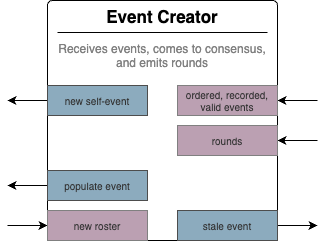
The draw.io diagram platform-sdk/docs/proposals/consensus-layer/event-creator-module.png in hashgraph/hedera-services, before a commit. Source tidied: cells renumbered, new cells last; positions are measured from the earlier drawing's top-left corner, leaving out a move shared by most shapes.
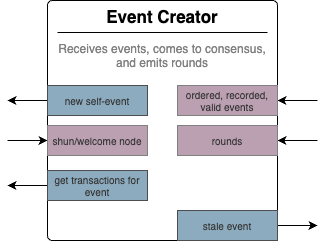
After the commit.

Commit message:
Update images, add restriction on event birth rounds

What changed in the source:
```diff
@@ -5,59 +5,59 @@
     <mxCell id="2" value="&lt;font style=&quot;font-size: 17px;&quot;&gt;&lt;b&gt;Event Creator&lt;/b&gt;&lt;br&gt;&lt;/font&gt;&lt;font color=&quot;#808080&quot;&gt;&lt;br&gt;Receives events, comes to consensus, and emits rounds&lt;/font&gt;" style="rounded=1;whiteSpace=wrap;html=1;arcSize=2;verticalAlign=top;" parent="1" vertex="1">
       <mxGeometry x="40" width="230" height="240" as="geometry" />
     </mxCell>
-    <mxCell id="3" style="endArrow=none;html=1;rounded=0;entryX=0.957;entryY=0.231;entryDx=0;entryDy=0;entryPerimeter=0;" parent="1" edge="1">
-      <mxGeometry relative="1" as="geometry">
-        <mxPoint x="50" y="32" as="sourcePoint" />
-        <mxPoint x="260.1" y="32" as="targetPoint" />
-      </mxGeometry>
-    </mxCell>
-    <mxCell id="4" style="edgeStyle=orthogonalEdgeStyle;rounded=0;jettySize=auto;html=1;exitX=0;exitY=0.5;exitDx=0;exitDy=0;" parent="1" edge="1" source="5">
-      <mxGeometry relative="1" as="geometry">
-        <mxPoint y="100" as="targetPoint" />
-      </mxGeometry>
-    </mxCell>
+    <mxCell id="16" style="endArrow=none;html=1;rounded=0;entryX=0.957;entryY=0.231;entryDx=0;entryDy=0;entryPerimeter=0;" parent="1" edge="1">
+      <mxGeometry relative="1" as="geometry">
+        <mxPoint x="50" y="32" as="sourcePoint" />
+        <mxPoint x="260.1" y="32" as="targetPoint" />
+      </mxGeometry>
+    </mxCell>
+    <mxCell id="17" style="edgeStyle=orthogonalEdgeStyle;rounded=0;jettySize=auto;html=1;" parent="1" edge="1" source="5">
+      <mxGeometry relative="1" as="geometry">
+        <mxPoint y="100" as="targetPoint" />
+      </mxGeometry>
+    </mxCell>
     <mxCell id="5" value="new self-event" style="rounded=0;whiteSpace=wrap;html=1;fontSize=10;fontColor=#333333;strokeColor=#4D4D4D;shadow=0;glass=0;align=center;verticalAlign=middle;fontFamily=Helvetica;fillColor=#8CABBE;" parent="1" vertex="1">
       <mxGeometry x="40" y="85" width="100" height="30" as="geometry" />
     </mxCell>
-    <mxCell id="6" style="edgeStyle=orthogonalEdgeStyle;rounded=0;jettySize=auto;html=1;exitX=0;exitY=0.5;exitDx=0;exitDy=0;" parent="1" edge="1" source="7">
-      <mxGeometry relative="1" as="geometry">
-        <mxPoint y="185" as="targetPoint" />
-      </mxGeometry>
-    </mxCell>
-    <mxCell id="7" value="populate event" style="rounded=0;whiteSpace=wrap;html=1;fontSize=10;fontColor=#333333;strokeColor=#4D4D4D;fillColor=#8CABBE;" parent="1" vertex="1">
-      <mxGeometry x="40" y="170" width="100" height="30" as="geometry" />
-    </mxCell>
-    <mxCell id="8" style="edgeStyle=orthogonalEdgeStyle;rounded=0;jettySize=auto;html=1;startArrow=classic;startFill=1;endArrow=none;endFill=0;" parent="1" edge="1" source="9">
-      <mxGeometry relative="1" as="geometry">
-        <mxPoint x="310" y="100" as="targetPoint" />
-      </mxGeometry>
-    </mxCell>
+    <mxCell id="18" style="edgeStyle=orthogonalEdgeStyle;rounded=0;jettySize=auto;html=1;" parent="1" edge="1" source="19">
+      <mxGeometry relative="1" as="geometry">
+        <mxPoint y="185" as="targetPoint" />
+      </mxGeometry>
+    </mxCell>
+    <mxCell id="19" value="get transactions for event" style="rounded=0;whiteSpace=wrap;html=1;fontSize=10;fontColor=#333333;strokeColor=#4D4D4D;fillColor=#8CABBE;" parent="1" vertex="1">
+      <mxGeometry x="40" y="170" width="100" height="30" as="geometry" />
+    </mxCell>
+    <mxCell id="20" style="edgeStyle=orthogonalEdgeStyle;rounded=0;jettySize=auto;html=1;startArrow=classic;startFill=1;endArrow=none;endFill=0;" parent="1" edge="1" source="9">
+      <mxGeometry relative="1" as="geometry">
+        <mxPoint x="310" y="100" as="targetPoint" />
+      </mxGeometry>
+    </mxCell>
     <mxCell id="9" value="ordered, recorded, valid events" style="rounded=0;whiteSpace=wrap;html=1;fontSize=10;fontColor=#333333;strokeColor=#808080;shadow=0;glass=0;align=center;verticalAlign=middle;fontFamily=Helvetica;fillColor=#BBA0B2;" parent="1" vertex="1">
       <mxGeometry x="170" y="85" width="100" height="30" as="geometry" />
     </mxCell>
-    <mxCell id="10" style="edgeStyle=orthogonalEdgeStyle;rounded=0;jettySize=auto;html=1;exitX=1;exitY=0.5;exitDx=0;exitDy=0;startArrow=classic;startFill=1;endArrow=none;endFill=0;" parent="1" edge="1" source="11">
-      <mxGeometry relative="1" as="geometry">
-        <mxPoint x="310" y="140" as="targetPoint" />
-      </mxGeometry>
-    </mxCell>
+    <mxCell id="21" style="edgeStyle=orthogonalEdgeStyle;rounded=0;jettySize=auto;html=1;startArrow=classic;startFill=1;endArrow=none;endFill=0;" parent="1" edge="1" source="11">
+      <mxGeometry relative="1" as="geometry">
+        <mxPoint x="310" y="140" as="targetPoint" />
+      </mxGeometry>
+    </mxCell>
     <mxCell id="11" value="rounds" style="rounded=0;whiteSpace=wrap;html=1;fontSize=10;fontColor=#333333;strokeColor=#808080;shadow=0;glass=0;align=center;verticalAlign=middle;fontFamily=Helvetica;fillColor=#BBA0B2;" parent="1" vertex="1">
       <mxGeometry x="170" y="125" width="100" height="30" as="geometry" />
     </mxCell>
-    <mxCell id="12" style="edgeStyle=orthogonalEdgeStyle;rounded=0;jettySize=auto;html=1;" parent="1" edge="1" source="13">
-      <mxGeometry relative="1" as="geometry">
-        <mxPoint x="310" y="225" as="targetPoint" />
-      </mxGeometry>
-    </mxCell>
+    <mxCell id="22" style="edgeStyle=orthogonalEdgeStyle;rounded=0;jettySize=auto;html=1;" parent="1" edge="1" source="13">
+      <mxGeometry relative="1" as="geometry">
+        <mxPoint x="310" y="225" as="targetPoint" />
+      </mxGeometry>
+    </mxCell>
     <mxCell id="13" value="stale event" style="rounded=0;whiteSpace=wrap;html=1;fontSize=10;fontColor=#333333;strokeColor=#4D4D4D;fillColor=#8CABBE;" parent="1" vertex="1">
       <mxGeometry x="170" y="210" width="100" height="30" as="geometry" />
     </mxCell>
-    <mxCell id="14" style="edgeStyle=orthogonalEdgeStyle;rounded=0;jettySize=auto;html=1;startArrow=classic;startFill=1;endArrow=none;endFill=0;" parent="1" edge="1" source="15">
-      <mxGeometry relative="1" as="geometry">
-        <mxPoint y="225" as="targetPoint" />
-      </mxGeometry>
-    </mxCell>
-    <mxCell id="15" value="new roster" style="rounded=0;whiteSpace=wrap;html=1;fontSize=10;fontColor=#333333;strokeColor=#808080;fillColor=#BBA0B2;shadow=0;glass=0;align=center;verticalAlign=middle;fontFamily=Helvetica;" parent="1" vertex="1">
-      <mxGeometry x="40" y="210" width="100" height="30" as="geometry" />
-    </mxCell>
+    <mxCell id="23" style="edgeStyle=orthogonalEdgeStyle;rounded=0;jettySize=auto;html=1;startArrow=classic;startFill=1;endArrow=none;endFill=0;" parent="1" edge="1" source="24">
+      <mxGeometry relative="1" as="geometry">
+        <mxPoint y="140" as="targetPoint" />
+      </mxGeometry>
+    </mxCell>
+    <mxCell id="24" value="shun/welcome node" style="rounded=0;whiteSpace=wrap;html=1;fontSize=10;fontColor=#333333;strokeColor=#808080;shadow=0;glass=0;align=center;verticalAlign=middle;fontFamily=Helvetica;fillColor=#BBA0B2;" parent="1" vertex="1">
+      <mxGeometry x="40" y="125" width="100" height="30" as="geometry" />
+    </mxCell>
   </root>
 </mxGraphModel>
```
